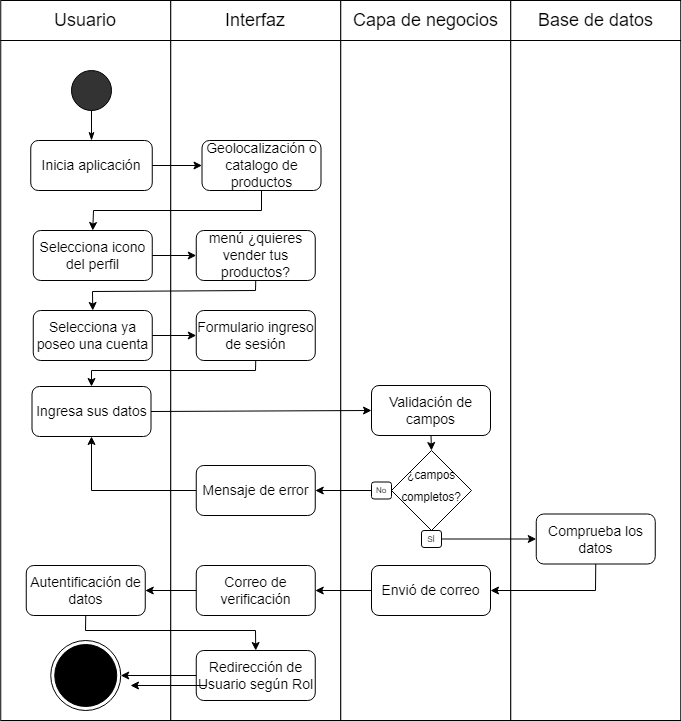
SoyElMato1/Grupo4-GreenMarket keeps this draw.io diagram as Fase 2/Evidencias Proyecto/Evidencias de documentación/Diagramas/3) Diagrama de Actividad/12)Act_Auten_doble_factor.drawio.png. Above is the earlier version. Source tidied: cells renumbered, new cells last; positions are measured from the earlier drawing's top-left corner, leaving out a move shared by most shapes.
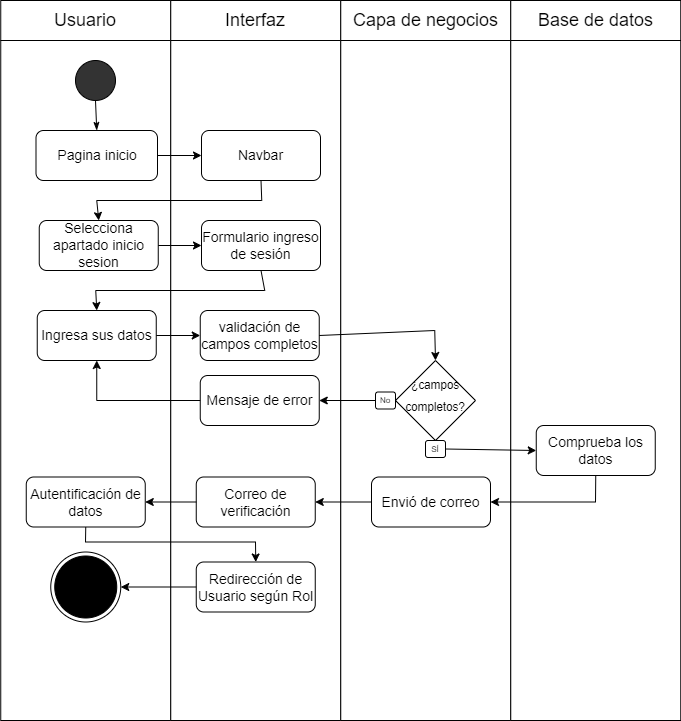
After the change.

What changed in the source:
```diff
@@ -53,131 +53,37 @@
     <mxCell id="18" style="rounded=0;whiteSpace=wrap;html=1;" parent="1" vertex="1">
       <mxGeometry x="510.2" y="40" width="170" height="680" as="geometry" />
     </mxCell>
-    <mxCell id="19" style="ellipse;whiteSpace=wrap;html=1;fontSize=18;fillColor=#333333;" parent="1" vertex="1">
-      <mxGeometry x="71" y="70" width="40" height="40" as="geometry" />
-    </mxCell>
-    <mxCell id="20" value="Inicia aplicación" style="rounded=1;whiteSpace=wrap;html=1;fontSize=14;" parent="1" vertex="1">
-      <mxGeometry x="30.2" y="140" width="121.5" height="50" as="geometry" />
-    </mxCell>
-    <mxCell id="21" style="endArrow=none;html=1;rounded=0;fontSize=18;entryX=0.5;entryY=1;entryDx=0;entryDy=0;exitX=0.5;exitY=0;exitDx=0;exitDy=0;startArrow=classicThin;startFill=1;" parent="1" edge="1" source="20" target="19">
-      <mxGeometry relative="1" as="geometry" />
-    </mxCell>
-    <mxCell id="22" value="Geolocalización o catalogo de productos" style="rounded=1;whiteSpace=wrap;html=1;fontSize=14;" parent="1" vertex="1">
-      <mxGeometry x="201.5" y="140" width="119" height="50" as="geometry" />
-    </mxCell>
-    <mxCell id="23" style="endArrow=classic;html=1;rounded=0;exitX=1;exitY=0.5;exitDx=0;exitDy=0;entryX=0;entryY=0.5;entryDx=0;entryDy=0;" parent="1" edge="1" source="20" target="22">
-      <mxGeometry relative="1" as="geometry" />
-    </mxCell>
-    <mxCell id="24" value="Selecciona icono del perfil" style="rounded=1;whiteSpace=wrap;html=1;fontSize=14;" parent="1" vertex="1">
-      <mxGeometry x="32.8" y="230" width="119" height="50" as="geometry" />
-    </mxCell>
-    <mxCell id="25" style="endArrow=classic;html=1;rounded=0;entryX=0.5;entryY=0;entryDx=0;entryDy=0;exitX=0.5;exitY=1;exitDx=0;exitDy=0;" parent="1" edge="1" source="22" target="24">
-      <mxGeometry relative="1" as="geometry">
-        <Array as="points">
-          <mxPoint x="261" y="210" />
-          <mxPoint x="93" y="210" />
-        </Array>
-      </mxGeometry>
-    </mxCell>
-    <mxCell id="26" value="menú ¿quieres vender tus productos?" style="rounded=1;whiteSpace=wrap;html=1;fontSize=14;" parent="1" vertex="1">
-      <mxGeometry x="195.8" y="230" width="119" height="50" as="geometry" />
-    </mxCell>
-    <mxCell id="27" style="endArrow=classic;html=1;rounded=0;exitX=1;exitY=0.5;exitDx=0;exitDy=0;entryX=0;entryY=0.5;entryDx=0;entryDy=0;" parent="1" edge="1" source="24" target="26">
-      <mxGeometry relative="1" as="geometry" />
-    </mxCell>
-    <mxCell id="28" value="Selecciona ya poseo una cuenta" style="rounded=1;whiteSpace=wrap;html=1;fontSize=14;" parent="1" vertex="1">
-      <mxGeometry x="32.8" y="310" width="119" height="50" as="geometry" />
-    </mxCell>
-    <mxCell id="29" style="endArrow=classic;html=1;rounded=0;entryX=0.5;entryY=0;entryDx=0;entryDy=0;exitX=0.5;exitY=1;exitDx=0;exitDy=0;" parent="1" edge="1" source="26" target="28">
-      <mxGeometry relative="1" as="geometry">
-        <Array as="points">
-          <mxPoint x="255" y="290" />
-          <mxPoint x="92" y="291" />
-        </Array>
-      </mxGeometry>
-    </mxCell>
-    <mxCell id="30" value="Formulario ingreso de sesión" style="rounded=1;whiteSpace=wrap;html=1;fontSize=14;" parent="1" vertex="1">
-      <mxGeometry x="195.8" y="310" width="119" height="50" as="geometry" />
-    </mxCell>
-    <mxCell id="31" style="endArrow=classic;html=1;rounded=0;exitX=1;exitY=0.5;exitDx=0;exitDy=0;entryX=0;entryY=0.5;entryDx=0;entryDy=0;" parent="1" edge="1" source="28" target="30">
-      <mxGeometry relative="1" as="geometry" />
-    </mxCell>
-    <mxCell id="32" style="group;" parent="1" vertex="1">
-      <mxGeometry x="371" y="450" width="100" height="97" as="geometry" />
-    </mxCell>
-    <mxCell id="33" value="&lt;font style=&quot;line-height: 0; font-size: 14px;&quot;&gt;&lt;sup style=&quot;&quot;&gt;¿campos completos?&lt;/sup&gt;&lt;/font&gt;" style="rhombus;whiteSpace=wrap;html=1;fontSize=18;fillColor=#FFFFFF;align=center;" parent="32" vertex="1">
-      <mxGeometry x="20" width="80" height="80" as="geometry" />
-    </mxCell>
-    <mxCell id="34" value="No" style="rounded=1;whiteSpace=wrap;html=1;fontSize=8;fillColor=#FFFFFF;" parent="32" vertex="1">
-      <mxGeometry y="31.5" width="20" height="17" as="geometry" />
-    </mxCell>
-    <mxCell id="35" value="SÍ" style="rounded=1;whiteSpace=wrap;html=1;fontSize=8;fillColor=#FFFFFF;" parent="32" vertex="1">
-      <mxGeometry x="50" y="80" width="20" height="17" as="geometry" />
-    </mxCell>
     <mxCell id="36" value="Comprueba los datos" style="rounded=1;whiteSpace=wrap;html=1;fontSize=14;" parent="1" vertex="1">
-      <mxGeometry x="535.8" y="513.5" width="119" height="50" as="geometry" />
+      <mxGeometry x="535.8" y="425" width="119" height="50" as="geometry" />
     </mxCell>
-    <mxCell id="37" value="Mensaje de error" style="rounded=1;whiteSpace=wrap;html=1;fontSize=14;" parent="1" vertex="1">
-      <mxGeometry x="195.8" y="465" width="119" height="50" as="geometry" />
-    </mxCell>
-    <mxCell id="38" style="endArrow=classic;html=1;rounded=0;entryX=1;entryY=0.5;entryDx=0;entryDy=0;exitX=0;exitY=0.5;exitDx=0;exitDy=0;" parent="1" edge="1" source="34" target="37">
-      <mxGeometry relative="1" as="geometry" />
-    </mxCell>
     <mxCell id="39" value="Redirección de Usuario según Rol" style="rounded=1;whiteSpace=wrap;html=1;fontSize=14;" parent="1" vertex="1">
-      <mxGeometry x="195.8" y="650" width="119" height="50" as="geometry" />
+      <mxGeometry x="195.8" y="561.5" width="119" height="50" as="geometry" />
     </mxCell>
     <mxCell id="40" style="endArrow=classic;html=1;rounded=0;exitX=0;exitY=0.5;exitDx=0;exitDy=0;entryX=1;entryY=0.5;entryDx=0;entryDy=0;" parent="1" edge="1" source="39" target="41">
       <mxGeometry relative="1" as="geometry" />
     </mxCell>
     <mxCell id="41" style="ellipse;html=1;shape=endState;fillColor=#000000;strokeColor=#000000;" parent="1" vertex="1">
-      <mxGeometry x="50.2" y="640" width="70" height="70" as="geometry" />
+      <mxGeometry x="50.2" y="551.5" width="70" height="70" as="geometry" />
     </mxCell>
-    <mxCell id="42" value="Ingresa sus datos" style="rounded=1;whiteSpace=wrap;html=1;fontSize=14;" parent="1" vertex="1">
-      <mxGeometry x="31.5" y="386" width="119" height="50" as="geometry" />
-    </mxCell>
-    <mxCell id="43" style="endArrow=classic;html=1;rounded=0;exitX=0.5;exitY=1;exitDx=0;exitDy=0;entryX=0.5;entryY=0;entryDx=0;entryDy=0;" parent="1" edge="1" source="30" target="42">
-      <mxGeometry relative="1" as="geometry">
-        <Array as="points">
-          <mxPoint x="255" y="370" />
-          <mxPoint x="91" y="370" />
-        </Array>
-      </mxGeometry>
-    </mxCell>
-    <mxCell id="44" value="Validación de campos" style="rounded=1;whiteSpace=wrap;html=1;fontSize=14;" parent="1" vertex="1">
-      <mxGeometry x="371" y="385" width="119" height="50" as="geometry" />
-    </mxCell>
-    <mxCell id="45" style="endArrow=classic;html=1;rounded=0;exitX=1;exitY=0.5;exitDx=0;exitDy=0;entryX=0;entryY=0.5;entryDx=0;entryDy=0;" parent="1" edge="1" source="42" target="44">
-      <mxGeometry relative="1" as="geometry" />
-    </mxCell>
-    <mxCell id="46" style="endArrow=classic;html=1;rounded=0;exitX=0.5;exitY=1;exitDx=0;exitDy=0;entryX=0.5;entryY=0;entryDx=0;entryDy=0;" parent="1" edge="1" source="44" target="33">
-      <mxGeometry relative="1" as="geometry" />
-    </mxCell>
-    <mxCell id="47" style="endArrow=classic;html=1;rounded=0;exitX=0;exitY=0.5;exitDx=0;exitDy=0;entryX=0.5;entryY=1;entryDx=0;entryDy=0;" parent="1" edge="1" source="37" target="42">
-      <mxGeometry relative="1" as="geometry">
-        <Array as="points">
-          <mxPoint x="91" y="490" />
-        </Array>
-      </mxGeometry>
-    </mxCell>
-    <mxCell id="48" style="endArrow=classic;html=1;rounded=0;exitX=1;exitY=0.5;exitDx=0;exitDy=0;entryX=0;entryY=0.5;entryDx=0;entryDy=0;" parent="1" edge="1" source="35" target="36">
+    <mxCell id="48" style="endArrow=classic;html=1;rounded=0;entryX=0;entryY=0.5;entryDx=0;entryDy=0;exitX=1;exitY=0.5;exitDx=0;exitDy=0;" parent="1" edge="1" source="35" target="36">
       <mxGeometry relative="1" as="geometry" />
     </mxCell>
     <mxCell id="49" value="Correo de verificación" style="rounded=1;whiteSpace=wrap;html=1;fontSize=14;" parent="1" vertex="1">
-      <mxGeometry x="195.8" y="565" width="119" height="50" as="geometry" />
+      <mxGeometry x="195.8" y="476.5" width="119" height="50" as="geometry" />
     </mxCell>
     <mxCell id="50" value="Autentificación de datos" style="rounded=1;whiteSpace=wrap;html=1;fontSize=14;" parent="1" vertex="1">
-      <mxGeometry x="25.8" y="565" width="119" height="50" as="geometry" />
+      <mxGeometry x="25.8" y="476.5" width="119" height="50" as="geometry" />
     </mxCell>
     <mxCell id="51" style="endArrow=classic;html=1;rounded=0;exitX=0;exitY=0.5;exitDx=0;exitDy=0;entryX=1;entryY=0.5;entryDx=0;entryDy=0;" parent="1" edge="1" source="49" target="50">
       <mxGeometry relative="1" as="geometry" />
     </mxCell>
     <mxCell id="52" value="Envió de correo" style="rounded=1;whiteSpace=wrap;html=1;fontSize=14;" parent="1" vertex="1">
-      <mxGeometry x="371" y="565" width="119" height="50" as="geometry" />
+      <mxGeometry x="371" y="476.5" width="119" height="50" as="geometry" />
     </mxCell>
     <mxCell id="53" style="endArrow=classic;html=1;rounded=0;exitX=0.5;exitY=1;exitDx=0;exitDy=0;entryX=1;entryY=0.5;entryDx=0;entryDy=0;" parent="1" edge="1" source="36" target="52">
       <mxGeometry relative="1" as="geometry">
         <Array as="points">
-          <mxPoint x="595" y="590" />
+          <mxPoint x="595" y="501.5" />
         </Array>
       </mxGeometry>
     </mxCell>
@@ -187,16 +93,91 @@
     <mxCell id="55" style="endArrow=classic;html=1;rounded=0;exitX=0.5;exitY=1;exitDx=0;exitDy=0;entryX=0.5;entryY=0;entryDx=0;entryDy=0;" parent="1" edge="1" source="50" target="39">
       <mxGeometry relative="1" as="geometry">
         <Array as="points">
-          <mxPoint x="85" y="630" />
-          <mxPoint x="255" y="630" />
+          <mxPoint x="85" y="541.5" />
+          <mxPoint x="255" y="541.5" />
         </Array>
       </mxGeometry>
     </mxCell>
-    <mxCell id="56" style="endArrow=classic;html=1;rounded=0;exitX=0;exitY=0.5;exitDx=0;exitDy=0;entryX=1;entryY=0.5;entryDx=0;entryDy=0;" parent="1" edge="1">
-      <mxGeometry relative="1" as="geometry">
-        <mxPoint x="206" y="685" as="sourcePoint" />
-        <mxPoint x="130" y="685" as="targetPoint" />
-      </mxGeometry>
-    </mxCell>
+    <mxCell id="57" style="ellipse;whiteSpace=wrap;html=1;fontSize=18;fillColor=#333333;" parent="1" vertex="1">
+      <mxGeometry x="75" y="60" width="40" height="40" as="geometry" />
+    </mxCell>
+    <mxCell id="58" style="endArrow=none;html=1;rounded=0;fontSize=18;entryX=0.5;entryY=1;entryDx=0;entryDy=0;exitX=0.5;exitY=0;exitDx=0;exitDy=0;startArrow=classicThin;startFill=1;" parent="1" edge="1" source="63" target="57">
+      <mxGeometry relative="1" as="geometry" />
+    </mxCell>
+    <mxCell id="30" value="Formulario ingreso de sesión" style="rounded=1;whiteSpace=wrap;html=1;fontSize=14;" parent="1" vertex="1">
+      <mxGeometry x="201" y="220" width="119" height="50" as="geometry" />
+    </mxCell>
+    <mxCell id="59" style="group;" parent="1" vertex="1">
+      <mxGeometry x="375" y="360" width="100" height="97" as="geometry" />
+    </mxCell>
+    <mxCell id="33" value="&lt;font style=&quot;line-height: 0; font-size: 14px;&quot;&gt;&lt;sup style=&quot;&quot;&gt;¿campos completos?&lt;/sup&gt;&lt;/font&gt;" style="rhombus;whiteSpace=wrap;html=1;fontSize=18;fillColor=#FFFFFF;align=center;" parent="59" vertex="1">
+      <mxGeometry x="20" width="80" height="80" as="geometry" />
+    </mxCell>
+    <mxCell id="34" value="No" style="rounded=1;whiteSpace=wrap;html=1;fontSize=8;fillColor=#FFFFFF;" parent="59" vertex="1">
+      <mxGeometry y="31.5" width="20" height="17" as="geometry" />
+    </mxCell>
+    <mxCell id="35" value="SÍ" style="rounded=1;whiteSpace=wrap;html=1;fontSize=8;fillColor=#FFFFFF;" parent="59" vertex="1">
+      <mxGeometry x="50" y="80" width="20" height="17" as="geometry" />
+    </mxCell>
+    <mxCell id="37" value="Mensaje de error" style="rounded=1;whiteSpace=wrap;html=1;fontSize=14;" parent="1" vertex="1">
+      <mxGeometry x="199.8" y="375" width="119" height="50" as="geometry" />
+    </mxCell>
+    <mxCell id="38" style="endArrow=classic;html=1;rounded=0;entryX=1;entryY=0.5;entryDx=0;entryDy=0;exitX=0;exitY=0.5;exitDx=0;exitDy=0;" parent="1" edge="1" source="34" target="37">
+      <mxGeometry relative="1" as="geometry" />
+    </mxCell>
+    <mxCell id="42" value="Ingresa sus datos" style="rounded=1;whiteSpace=wrap;html=1;fontSize=14;" parent="1" vertex="1">
+      <mxGeometry x="36.8" y="310" width="119" height="50" as="geometry" />
+    </mxCell>
+    <mxCell id="43" style="endArrow=classic;html=1;rounded=0;exitX=0.5;exitY=1;exitDx=0;exitDy=0;entryX=0.5;entryY=0;entryDx=0;entryDy=0;" parent="1" edge="1" source="30" target="42">
+      <mxGeometry relative="1" as="geometry">
+        <Array as="points">
+          <mxPoint x="264.2" y="290" />
+          <mxPoint x="95.2" y="290" />
+        </Array>
+      </mxGeometry>
+    </mxCell>
+    <mxCell id="60" value="validación de campos completos" style="rounded=1;whiteSpace=wrap;html=1;fontSize=14;" parent="1" vertex="1">
+      <mxGeometry x="199.8" y="310" width="119" height="50" as="geometry" />
+    </mxCell>
+    <mxCell id="61" style="endArrow=classic;html=1;rounded=0;exitX=1;exitY=0.5;exitDx=0;exitDy=0;entryX=0;entryY=0.5;entryDx=0;entryDy=0;" parent="1" edge="1" source="42" target="60">
+      <mxGeometry relative="1" as="geometry" />
+    </mxCell>
+    <mxCell id="62" style="endArrow=classic;html=1;rounded=0;exitX=1;exitY=0.5;exitDx=0;exitDy=0;entryX=0.5;entryY=0;entryDx=0;entryDy=0;" parent="1" edge="1" source="60" target="33">
+      <mxGeometry relative="1" as="geometry">
+        <Array as="points">
+          <mxPoint x="434.2" y="330" />
+        </Array>
+      </mxGeometry>
+    </mxCell>
+    <mxCell id="47" style="endArrow=classic;html=1;rounded=0;exitX=0;exitY=0.5;exitDx=0;exitDy=0;entryX=0.5;entryY=1;entryDx=0;entryDy=0;" parent="1" edge="1" source="37" target="42">
+      <mxGeometry relative="1" as="geometry">
+        <Array as="points">
+          <mxPoint x="96.2" y="400" />
+        </Array>
+      </mxGeometry>
+    </mxCell>
+    <mxCell id="63" value="Pagina inicio" style="rounded=1;whiteSpace=wrap;html=1;fontSize=14;" parent="1" vertex="1">
+      <mxGeometry x="35.5" y="130" width="121.5" height="50" as="geometry" />
+    </mxCell>
+    <mxCell id="64" value="Selecciona apartado inicio sesion" style="rounded=1;whiteSpace=wrap;html=1;fontSize=14;" parent="1" vertex="1">
+      <mxGeometry x="38.8" y="220" width="119" height="50" as="geometry" />
+    </mxCell>
+    <mxCell id="65" value="Navbar" style="rounded=1;whiteSpace=wrap;html=1;fontSize=14;" parent="1" vertex="1">
+      <mxGeometry x="201" y="130" width="119" height="50" as="geometry" />
+    </mxCell>
+    <mxCell id="66" style="endArrow=classic;html=1;rounded=0;exitX=0.5;exitY=1;exitDx=0;exitDy=0;entryX=0.5;entryY=0;entryDx=0;entryDy=0;" parent="1" edge="1" source="65" target="64">
+      <mxGeometry relative="1" as="geometry">
+        <Array as="points">
+          <mxPoint x="261.2" y="200" />
+          <mxPoint x="96.2" y="200" />
+        </Array>
+      </mxGeometry>
+    </mxCell>
+    <mxCell id="67" style="endArrow=classic;html=1;rounded=0;exitX=1;exitY=0.5;exitDx=0;exitDy=0;entryX=0;entryY=0.5;entryDx=0;entryDy=0;" parent="1" edge="1" source="64" target="30">
+      <mxGeometry relative="1" as="geometry" />
+    </mxCell>
+    <mxCell id="68" style="endArrow=classic;html=1;rounded=0;exitX=1;exitY=0.5;exitDx=0;exitDy=0;entryX=0;entryY=0.5;entryDx=0;entryDy=0;" parent="1" edge="1" source="63" target="65">
+      <mxGeometry relative="1" as="geometry" />
+    </mxCell>
   </root>
 </mxGraphModel>
```
